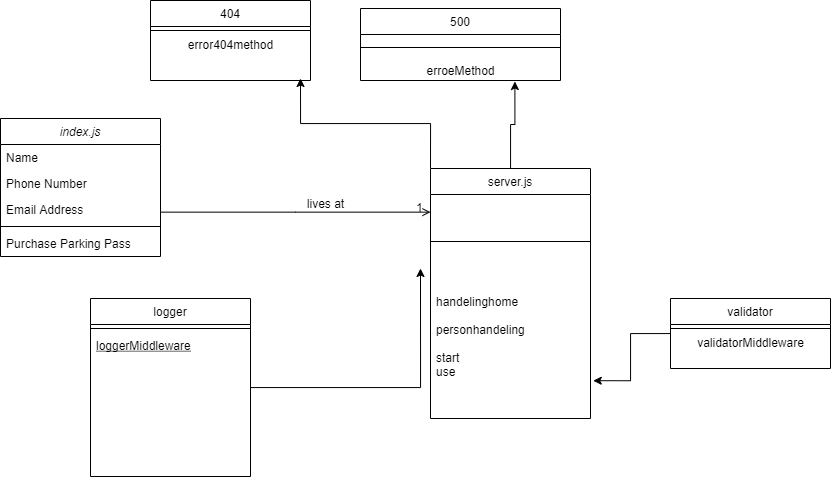
Before: class2uml.png, a diagram exported from draw.io (emanmkhareez/basic-express-server). Source tidied: cells renumbered, new cells last; positions are measured from the earlier drawing's top-left corner, leaving out a move shared by most shapes.
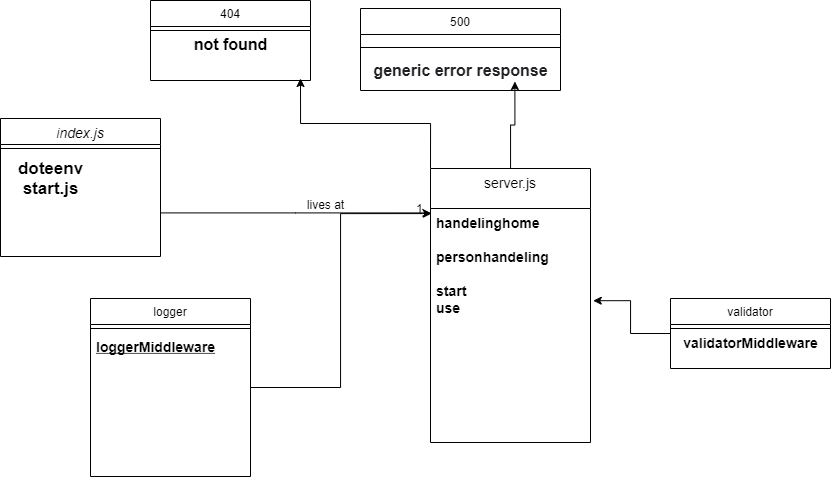
After the commit.

The edit, as a diff of the source:
```diff
@@ -2,28 +2,14 @@
   <root>
     <mxCell id="0" />
     <mxCell id="1" parent="0" />
-    <mxCell id="2" value="index.js" style="swimlane;fontStyle=2;align=center;verticalAlign=top;horizontal=1;startSize=26;rounded=0;shadow=0;strokeWidth=1;" parent="1" vertex="1">
+    <mxCell id="2" value="index.js" style="swimlane;fontStyle=2;align=center;verticalAlign=top;horizontal=1;startSize=26;rounded=0;shadow=0;strokeWidth=1;fontSize=14;" parent="1" vertex="1">
       <mxGeometry y="118" width="160" height="138" as="geometry" />
     </mxCell>
-    <mxCell id="3" value="Name" style="text;align=left;verticalAlign=top;spacingLeft=4;spacingRight=4;overflow=hidden;" parent="2" vertex="1">
-      <mxGeometry y="26" width="160" height="26" as="geometry" />
-    </mxCell>
-    <mxCell id="4" value="Phone Number" style="text;align=left;verticalAlign=top;spacingLeft=4;spacingRight=4;overflow=hidden;rounded=0;shadow=0;html=0;" parent="2" vertex="1">
-      <mxGeometry y="52" width="160" height="26" as="geometry" />
-    </mxCell>
-    <mxCell id="5" value="Email Address" style="text;align=left;verticalAlign=top;spacingLeft=4;spacingRight=4;overflow=hidden;rounded=0;shadow=0;html=0;" parent="2" vertex="1">
-      <mxGeometry y="78" width="160" height="26" as="geometry" />
-    </mxCell>
     <mxCell id="6" style="line;html=1;strokeWidth=1;align=left;verticalAlign=middle;spacingTop=-1;spacingLeft=3;spacingRight=3;labelPosition=right;" parent="2" vertex="1">
-      <mxGeometry y="104" width="160" height="8" as="geometry" />
+      <mxGeometry y="26" width="160" height="8" as="geometry" />
     </mxCell>
-    <mxCell id="7" value="Purchase Parking Pass" style="text;align=left;verticalAlign=top;spacingLeft=4;spacingRight=4;overflow=hidden;" parent="2" vertex="1">
-      <mxGeometry y="112" width="160" height="26" as="geometry" />
-    </mxCell>
-    <mxCell id="8" style="edgeStyle=orthogonalEdgeStyle;rounded=0;jettySize=auto;html=1;fontColor=#000000;" parent="1" edge="1" source="9">
-      <mxGeometry relative="1" as="geometry">
-        <mxPoint x="420" y="268" as="targetPoint" />
-      </mxGeometry>
+    <mxCell id="8" style="edgeStyle=orthogonalEdgeStyle;rounded=0;jettySize=auto;html=1;fontColor=#000000;entryX=0.006;entryY=0.051;entryDx=0;entryDy=0;entryPerimeter=0;" parent="1" edge="1" source="9" target="20">
+      <mxGeometry relative="1" as="geometry" />
     </mxCell>
     <mxCell id="9" value="logger" style="swimlane;fontStyle=0;align=center;verticalAlign=top;horizontal=1;startSize=26;rounded=0;shadow=0;strokeWidth=1;" parent="1" vertex="1">
       <mxGeometry x="90" y="298" width="160" height="178" as="geometry" />
@@ -31,7 +17,7 @@
     <mxCell id="10" style="line;html=1;strokeWidth=1;align=left;verticalAlign=middle;spacingTop=-1;spacingLeft=3;spacingRight=3;labelPosition=right;" parent="9" vertex="1">
       <mxGeometry y="26" width="160" height="8" as="geometry" />
     </mxCell>
-    <mxCell id="11" value="loggerMiddleware" style="text;align=left;verticalAlign=top;spacingLeft=4;spacingRight=4;overflow=hidden;fontStyle=4;" parent="9" vertex="1">
+    <mxCell id="11" value="loggerMiddleware" style="text;align=left;verticalAlign=top;spacingLeft=4;spacingRight=4;overflow=hidden;fontStyle=5;fontSize=14;strokeWidth=3;" parent="9" vertex="1">
       <mxGeometry y="34" width="160" height="26" as="geometry" />
     </mxCell>
     <mxCell id="12" style="edgeStyle=orthogonalEdgeStyle;rounded=0;jettySize=auto;html=1;fontColor=#000000;entryX=1.017;entryY=0.922;entryDx=0;entryDy=0;entryPerimeter=0;" parent="1" edge="1" source="13" target="20">
@@ -43,25 +29,24 @@
     <mxCell id="14" style="line;html=1;strokeWidth=1;align=left;verticalAlign=middle;spacingTop=-1;spacingLeft=3;spacingRight=3;labelPosition=right;" parent="13" vertex="1">
       <mxGeometry y="26" width="160" height="8" as="geometry" />
     </mxCell>
-    <mxCell id="15" value="&lt;span style=&quot;text-align: left&quot;&gt;validatorMiddleware&lt;/span&gt;" style="text;html=1;align=center;verticalAlign=middle;strokeColor=none;fontColor=#000000;" parent="13" vertex="1">
+    <mxCell id="15" value="&lt;span style=&quot;text-align: left&quot;&gt;&lt;b&gt;&lt;font style=&quot;font-size: 14px&quot;&gt;validatorMiddleware&lt;/font&gt;&lt;/b&gt;&lt;/span&gt;" style="text;html=1;align=center;verticalAlign=middle;strokeColor=none;fontColor=#000000;" parent="13" vertex="1">
       <mxGeometry y="34" width="160" height="20" as="geometry" />
     </mxCell>
-    <mxCell id="16" style="edgeStyle=orthogonalEdgeStyle;rounded=0;jettySize=auto;html=1;entryX=0.772;entryY=1.05;entryDx=0;entryDy=0;entryPerimeter=0;" parent="1" edge="1" source="18" target="26">
-      <mxGeometry relative="1" as="geometry" />
+    <mxCell id="16" style="edgeStyle=orthogonalEdgeStyle;rounded=0;jettySize=auto;html=1;entryX=0.772;entryY=1.05;entryDx=0;entryDy=0;entryPerimeter=0;" parent="1" edge="1" source="18">
+      <mxGeometry relative="1" as="geometry">
+        <mxPoint x="514.4" y="81" as="targetPoint" />
+      </mxGeometry>
     </mxCell>
     <mxCell id="17" style="edgeStyle=orthogonalEdgeStyle;rounded=0;jettySize=auto;html=1;exitX=0;exitY=0;exitDx=0;exitDy=0;" parent="1" edge="1" source="18">
       <mxGeometry relative="1" as="geometry">
         <mxPoint x="300" y="78" as="targetPoint" />
       </mxGeometry>
     </mxCell>
-    <mxCell id="18" value="server.js" style="swimlane;fontStyle=0;align=center;verticalAlign=top;horizontal=1;startSize=26;rounded=0;shadow=0;strokeWidth=1;" parent="1" vertex="1">
-      <mxGeometry x="430" y="168" width="160" height="250" as="geometry" />
+    <mxCell id="18" value="server.js" style="swimlane;fontStyle=0;align=center;verticalAlign=top;horizontal=1;startSize=40;rounded=0;shadow=0;strokeWidth=1;fontSize=14;" parent="1" vertex="1">
+      <mxGeometry x="430" y="168" width="160" height="274" as="geometry" />
     </mxCell>
-    <mxCell id="19" style="line;html=1;strokeWidth=1;align=left;verticalAlign=middle;spacingTop=-1;spacingLeft=3;spacingRight=3;labelPosition=right;" parent="18" vertex="1">
-      <mxGeometry y="26" width="160" height="94" as="geometry" />
-    </mxCell>
-    <mxCell id="20" value="handelinghome&#10;&#10;personhandeling&#10;&#10;start&#10;use" style="text;align=left;verticalAlign=top;spacingLeft=4;spacingRight=4;overflow=hidden;points=[[0,0.5],[1,0.5]];portConstraint=eastwest;" parent="18" vertex="1">
-      <mxGeometry y="120" width="160" height="100" as="geometry" />
+    <mxCell id="20" value="handelinghome&#10;&#10;personhandeling&#10;&#10;start&#10;use" style="text;align=left;verticalAlign=top;spacingLeft=4;spacingRight=4;overflow=hidden;points=[[0,0.5],[1,0.5]];portConstraint=eastwest;fontSize=14;fontStyle=1;" parent="18" vertex="1">
+      <mxGeometry y="40" width="160" height="100" as="geometry" />
     </mxCell>
     <mxCell id="21" style="endArrow=open;shadow=0;strokeWidth=1;rounded=0;endFill=1;edgeStyle=elbowEdgeStyle;elbow=vertical;" parent="1" edge="1" source="2" target="18">
       <mxGeometry x="0.5" y="41" relative="1" as="geometry">
@@ -79,22 +64,25 @@
       </mxGeometry>
     </mxCell>
     <mxCell id="24" value="500" style="swimlane;fontStyle=0;align=center;verticalAlign=top;horizontal=1;startSize=26;rounded=0;shadow=0;strokeWidth=1;" parent="1" vertex="1">
-      <mxGeometry x="360" y="8" width="200" height="72" as="geometry" />
+      <mxGeometry x="360" y="8" width="200" height="82" as="geometry" />
     </mxCell>
     <mxCell id="25" style="line;html=1;strokeWidth=1;align=left;verticalAlign=middle;spacingTop=-1;spacingLeft=3;spacingRight=3;labelPosition=right;" parent="24" vertex="1">
       <mxGeometry y="26" width="200" height="26" as="geometry" />
     </mxCell>
-    <mxCell id="26" value="erroeMethod" style="text;html=1;align=center;verticalAlign=middle;points=[];strokeColor=none;" parent="24" vertex="1">
-      <mxGeometry y="52" width="200" height="20" as="geometry" />
-    </mxCell>
+    <mxCell id="30" value="&lt;b style=&quot;color: rgb(32 , 33 , 36) ; font-family: &amp;#34;helvetica neue&amp;#34; , &amp;#34;noto naskh arabic ui&amp;#34; , &amp;#34;arial&amp;#34; , sans-serif ; font-size: 16px ; text-align: right ; background-color: rgb(255 , 255 , 255)&quot;&gt;generic error response&lt;/b&gt;" style="text;html=1;align=center;verticalAlign=middle;strokeColor=none;fontColor=#000000;" parent="24" vertex="1">
+      <mxGeometry y="52" width="200" height="20" as="geometry" />
+    </mxCell>
     <mxCell id="27" value="404" style="swimlane;fontStyle=0;align=center;verticalAlign=top;horizontal=1;startSize=26;rounded=0;shadow=0;strokeWidth=1;" parent="1" vertex="1">
       <mxGeometry x="150" width="160" height="80" as="geometry" />
     </mxCell>
     <mxCell id="28" style="line;html=1;strokeWidth=1;align=left;verticalAlign=middle;spacingTop=-1;spacingLeft=3;spacingRight=3;labelPosition=right;" parent="27" vertex="1">
       <mxGeometry y="26" width="160" height="8" as="geometry" />
     </mxCell>
-    <mxCell id="29" value="error404method" style="text;html=1;align=center;verticalAlign=middle;strokeColor=none;" parent="27" vertex="1">
+    <mxCell id="29" value="&lt;b&gt;&lt;font style=&quot;font-size: 16px&quot;&gt;not found&lt;/font&gt;&lt;/b&gt;" style="text;html=1;align=center;verticalAlign=middle;strokeColor=none;" parent="27" vertex="1">
       <mxGeometry y="34" width="160" height="20" as="geometry" />
     </mxCell>
+    <mxCell id="31" value="&lt;b style=&quot;font-size: 17px&quot;&gt;doteenv&lt;br&gt;start.js&lt;/b&gt;" style="text;html=1;align=center;verticalAlign=middle;strokeColor=none;fontSize=13;fontColor=#000000;" parent="1" vertex="1">
+      <mxGeometry x="10" y="158" width="80" height="40" as="geometry" />
+    </mxCell>
   </root>
 </mxGraphModel>
```
